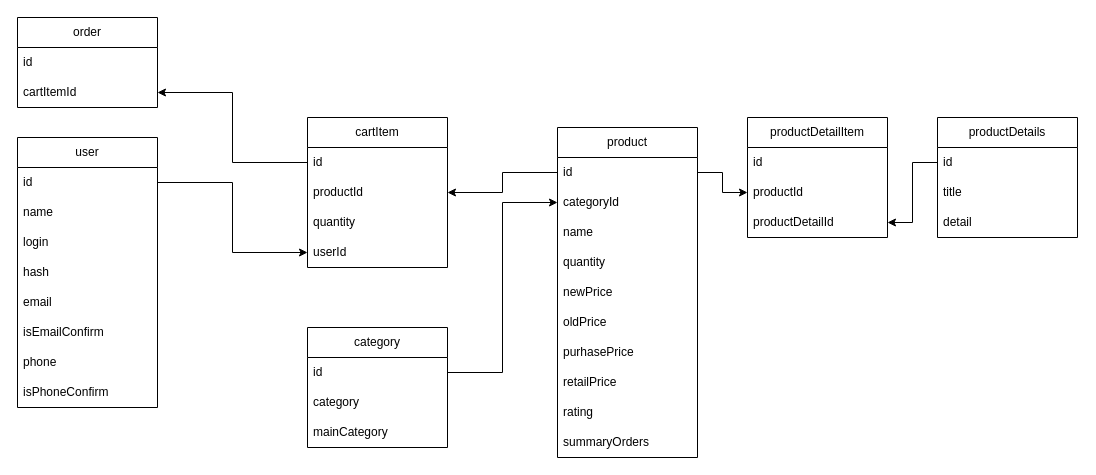
The draw.io diagram er.drawio in SkaixX-sys/CarSoundStore, before the edit. Source tidied: cells renumbered, new cells numbered last; positions are measured from the earlier drawing's top-left corner, leaving out a move shared by most shapes. Both pictures are drawn from the tidied source at 100%, with x=0, y=0 at pixel (17, 17).
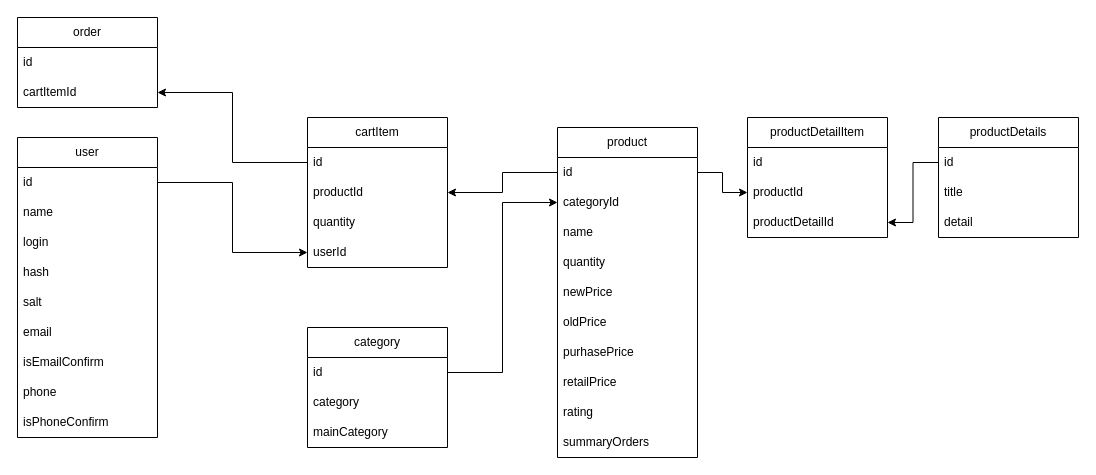
Above is the later version.

What changed in the source:
```diff
@@
     <mxCell id="2" value="user&lt;br&gt;" style="swimlane;fontStyle=0;horizontal=1;startSize=30;whiteSpace=wrap;html=1;" parent="1" vertex="1">
-      <mxGeometry y="120" width="140" height="270" as="geometry" />
+      <mxGeometry y="120" width="140" height="300" as="geometry" />
     </mxCell>
@@
+    <mxCell id="48" value="salt" style="text;strokeColor=none;fillColor=none;align=left;verticalAlign=middle;spacingLeft=4;spacingRight=4;overflow=hidden;whiteSpace=wrap;html=1;" parent="2" vertex="1">
+      <mxGeometry y="150" width="140" height="30" as="geometry" />
+    </mxCell>
     <mxCell id="7" value="email" style="text;strokeColor=none;fillColor=none;align=left;verticalAlign=middle;spacingLeft=4;spacingRight=4;overflow=hidden;whiteSpace=wrap;html=1;" parent="2" vertex="1">
-      <mxGeometry y="150" width="140" height="30" as="geometry" />
+      <mxGeometry y="180" width="140" height="30" as="geometry" />
     </mxCell>
     <mxCell id="8" value="isEmailConfirm" style="text;strokeColor=none;fillColor=none;align=left;verticalAlign=middle;spacingLeft=4;spacingRight=4;overflow=hidden;whiteSpace=wrap;html=1;" parent="2" vertex="1">
-      <mxGeometry y="180" width="140" height="30" as="geometry" />
+      <mxGeometry y="210" width="140" height="30" as="geometry" />
     </mxCell>
     <mxCell id="9" value="phone" style="text;strokeColor=none;fillColor=none;align=left;verticalAlign=middle;spacingLeft=4;spacingRight=4;overflow=hidden;whiteSpace=wrap;html=1;" parent="2" vertex="1">
-      <mxGeometry y="210" width="140" height="30" as="geometry" />
+      <mxGeometry y="240" width="140" height="30" as="geometry" />
     </mxCell>
     <mxCell id="10" value="isPhoneConfirm" style="text;strokeColor=none;fillColor=none;align=left;verticalAlign=middle;spacingLeft=4;spacingRight=4;overflow=hidden;whiteSpace=wrap;html=1;" parent="2" vertex="1">
-      <mxGeometry y="240" width="140" height="30" as="geometry" />
+      <mxGeometry y="270" width="140" height="30" as="geometry" />
     </mxCell>
@@
     <mxCell id="33" value="productDetails" style="swimlane;fontStyle=0;horizontal=1;startSize=30;whiteSpace=wrap;html=1;" parent="1" vertex="1">
-      <mxGeometry x="920" y="100" width="140" height="120" as="geometry" />
+      <mxGeometry x="921" y="100" width="140" height="120" as="geometry" />
     </mxCell>
```
